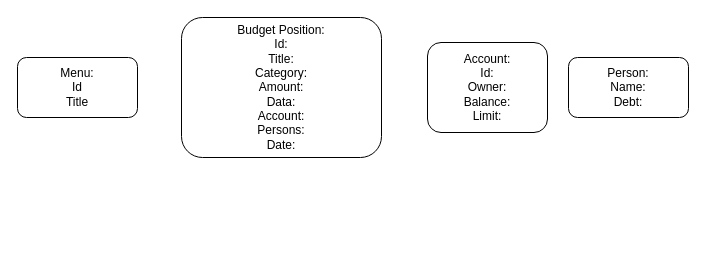
The draw.io diagram Diagram bez tytułu.drawio in Tomasz98Zukowski/TripBudgetApp, before the edit. Source tidied: cells renumbered, new cells numbered last; positions are measured from the earlier drawing's top-left corner, leaving out a move shared by most shapes. Both pictures are drawn from the tidied source at 100%, with x=0, y=0 at pixel (17, 17).
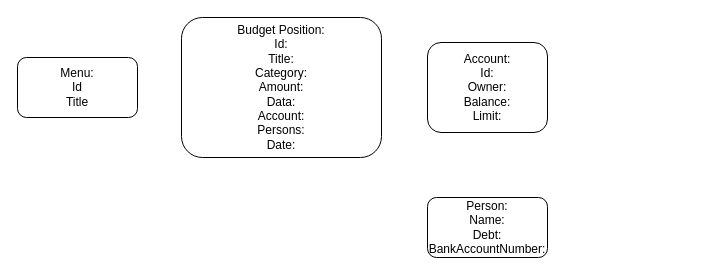
After the change.

Change to the diagram source:
```diff
@@
 <mxGraphModel>
   <root>
     <mxCell id="0" />
     <mxCell id="1" parent="0" />
     <mxCell id="2" value="Menu:&lt;br&gt;Id&lt;br&gt;Title" style="rounded=1;whiteSpace=wrap;html=1;" parent="1" vertex="1">
       <mxGeometry y="40" width="120" height="60" as="geometry" />
     </mxCell>
     <mxCell id="3" value="Budget Position:&lt;br&gt;Id:&lt;br&gt;Title:&lt;br&gt;Category:&lt;br&gt;Amount:&lt;br&gt;Data:&lt;br&gt;Account:&lt;br&gt;Persons:&lt;br&gt;Date:" style="rounded=1;whiteSpace=wrap;html=1;" parent="1" vertex="1">
       <mxGeometry x="164" width="200" height="140" as="geometry" />
     </mxCell>
     <mxCell id="4" value="Account:&lt;br&gt;Id:&lt;br&gt;Owner:&lt;br&gt;Balance:&lt;br&gt;Limit:" style="rounded=1;whiteSpace=wrap;html=1;" parent="1" vertex="1">
       <mxGeometry x="410" y="25" width="120" height="90" as="geometry" />
     </mxCell>
-    <mxCell id="5" value="Person:&lt;br&gt;Name:&lt;br&gt;Debt:" style="rounded=1;whiteSpace=wrap;html=1;" parent="1" vertex="1">
-      <mxGeometry x="551" y="40" width="120" height="60" as="geometry" />
+    <mxCell id="5" value="Person:&lt;br&gt;Name:&lt;br&gt;Debt:&lt;br&gt;BankAccountNumber:" style="rounded=1;whiteSpace=wrap;html=1;" parent="1" vertex="1">
+      <mxGeometry x="410" y="180" width="120" height="60" as="geometry" />
     </mxCell>
   </root>
 </mxGraphModel>
```
